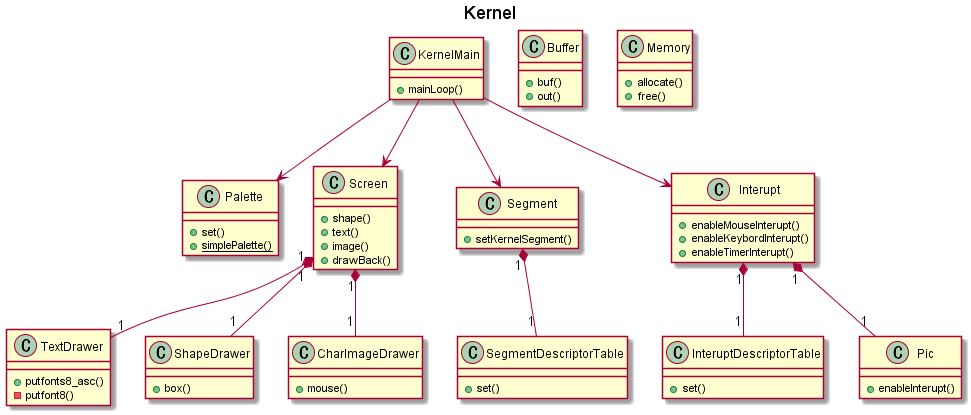
The PlantUML diagram doc/diagrams/out/overview/Kernel.png in takowasaby/kaOS, before a commit.
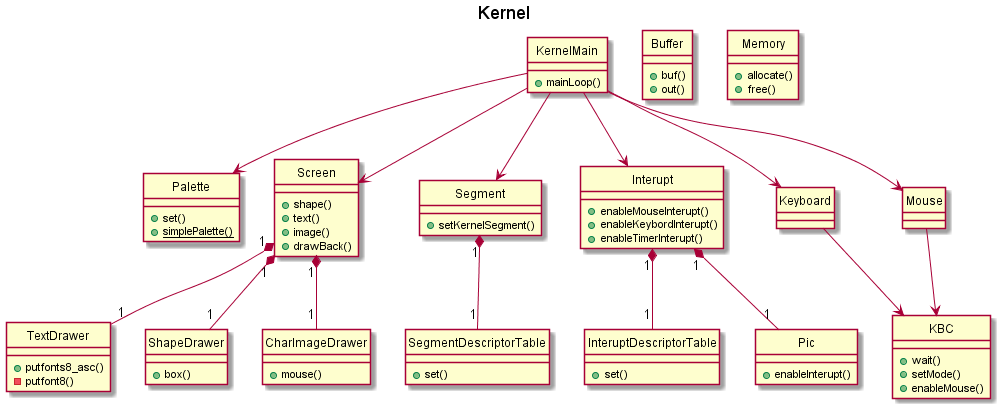
The same file after the commit.

The edit, as a diff of the source:
```diff
@@ -1,6 +1,8 @@
 @startuml
 
 title Kernel
+
+hide circle
 
 class KernelMain {
     +mainLoop()
@@ -63,10 +65,28 @@
     +enableInterupt()
 }
 
+class Keyboard {
+
+}
+
+class KBC {
+    +wait()
+    +setMode()
+    +enableMouse()
+}
+
+class Mouse {
+
+}
+
 KernelMain --> Screen
 KernelMain --> Palette
 KernelMain --> Segment
 KernelMain --> Interupt
+KernelMain --> Keyboard
+KernelMain --> Mouse
+Mouse --> KBC
+Keyboard --> KBC
 Screen "1" *-- "1" TextDrawer
 Screen "1" *-- "1" ShapeDrawer
 Screen "1" *-- "1" CharImageDrawer
```
